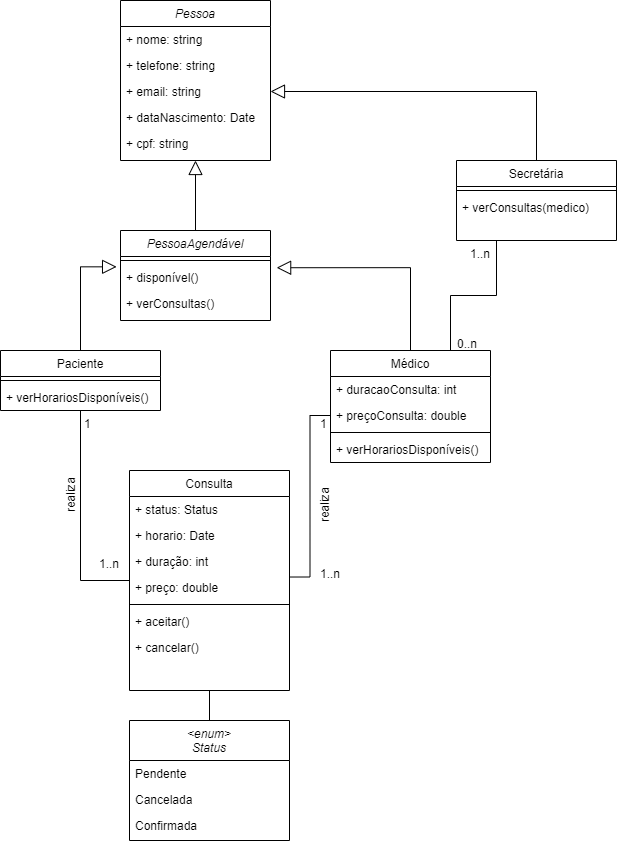
This is dominio.drawio.png from enzomazocorodrigues/projeto-ds2, a draw.io export, as it was before one commit. Source tidied: cells renumbered, new cells last; positions are measured from the earlier drawing's top-left corner, leaving out a move shared by most shapes.
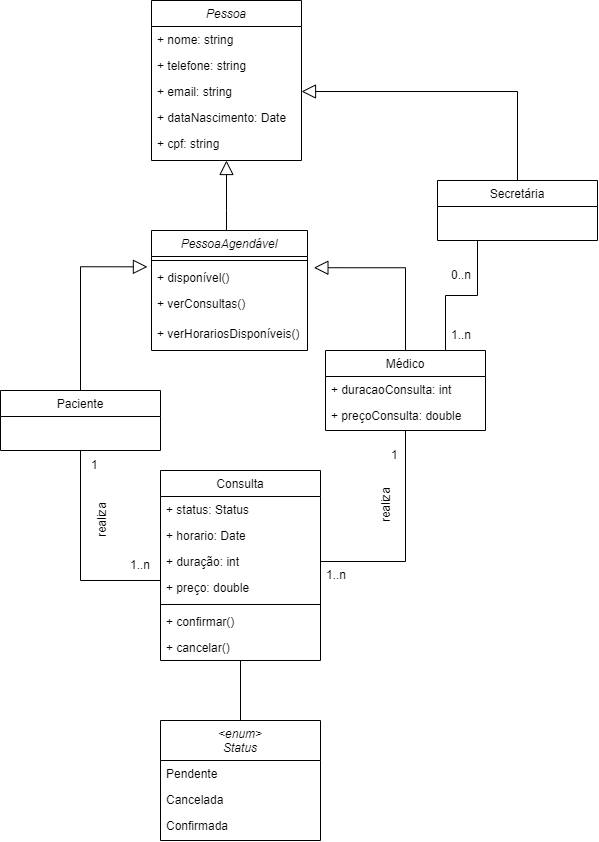
The same file after the commit.

What changed in the source:
```diff
@@ -21,25 +21,24 @@
       <mxGeometry y="130" width="150" height="26" as="geometry" />
     </mxCell>
     <mxCell id="8" style="edgeStyle=orthogonalEdgeStyle;rounded=0;jettySize=auto;html=1;exitX=0.5;exitY=1;exitDx=0;exitDy=0;entryX=0;entryY=0.5;entryDx=0;entryDy=0;endArrow=none;endFill=0;" parent="1" edge="1" source="10" target="19">
-      <mxGeometry relative="1" as="geometry" />
+      <mxGeometry relative="1" as="geometry">
+        <Array as="points">
+          <mxPoint x="49" y="580" />
+          <mxPoint x="129" y="580" />
+        </Array>
+      </mxGeometry>
     </mxCell>
     <mxCell id="9" style="edgeStyle=orthogonalEdgeStyle;rounded=0;jettySize=auto;html=1;entryX=-0.026;entryY=0.09;entryDx=0;entryDy=0;entryPerimeter=0;endArrow=block;endFill=0;endSize=12;" parent="1" edge="1" source="10" target="44">
       <mxGeometry relative="1" as="geometry" />
     </mxCell>
     <mxCell id="10" value="Paciente" style="swimlane;fontStyle=0;align=center;verticalAlign=top;horizontal=1;startSize=26;rounded=0;shadow=0;strokeWidth=1;" parent="1" vertex="1">
-      <mxGeometry y="350" width="160" height="60" as="geometry" />
+      <mxGeometry x="-31" y="390" width="160" height="60" as="geometry" />
     </mxCell>
-    <mxCell id="11" style="line;html=1;strokeWidth=1;align=left;verticalAlign=middle;spacingTop=-1;spacingLeft=3;spacingRight=3;labelPosition=right;" parent="10" vertex="1">
-      <mxGeometry y="26" width="160" height="8" as="geometry" />
-    </mxCell>
-    <mxCell id="12" value="+ verHorariosDisponíveis()" style="text;align=left;verticalAlign=top;spacingLeft=4;spacingRight=4;overflow=hidden;" parent="10" vertex="1">
-      <mxGeometry y="34" width="160" height="26" as="geometry" />
-    </mxCell>
     <mxCell id="13" style="edgeStyle=orthogonalEdgeStyle;rounded=0;jettySize=auto;html=1;entryX=1.041;entryY=0.124;entryDx=0;entryDy=0;entryPerimeter=0;endArrow=block;endFill=0;endSize=12;exitX=0.5;exitY=0;exitDx=0;exitDy=0;" parent="1" edge="1" source="14" target="44">
       <mxGeometry relative="1" as="geometry" />
     </mxCell>
     <mxCell id="14" value="Médico" style="swimlane;fontStyle=0;align=center;verticalAlign=top;horizontal=1;startSize=26;rounded=0;shadow=0;strokeWidth=1;" parent="1" vertex="1">
-      <mxGeometry x="330" y="350" width="160" height="112" as="geometry" />
+      <mxGeometry x="294" y="350" width="160" height="80" as="geometry" />
     </mxCell>
     <mxCell id="15" value="+ duracaoConsulta: int" style="text;align=left;verticalAlign=top;spacingLeft=4;spacingRight=4;overflow=hidden;" parent="14" vertex="1">
       <mxGeometry y="26" width="160" height="26" as="geometry" />
@@ -47,14 +46,8 @@
     <mxCell id="16" value="+ preçoConsulta: double" style="text;align=left;verticalAlign=top;spacingLeft=4;spacingRight=4;overflow=hidden;points=[[0,0.5],[1,0.5]];portConstraint=eastwest;" parent="14" vertex="1">
       <mxGeometry y="52" width="160" height="26" as="geometry" />
     </mxCell>
-    <mxCell id="17" style="line;html=1;strokeWidth=1;align=left;verticalAlign=middle;spacingTop=-1;spacingLeft=3;spacingRight=3;labelPosition=right;" parent="14" vertex="1">
-      <mxGeometry y="78" width="160" height="8" as="geometry" />
-    </mxCell>
-    <mxCell id="18" value="+ verHorariosDisponíveis()" style="text;align=left;verticalAlign=top;spacingLeft=4;spacingRight=4;overflow=hidden;" parent="14" vertex="1">
-      <mxGeometry y="86" width="160" height="26" as="geometry" />
-    </mxCell>
     <mxCell id="19" value="Consulta&#10;" style="swimlane;fontStyle=0;align=center;verticalAlign=top;horizontal=1;startSize=26;rounded=0;shadow=0;strokeWidth=1;" parent="1" vertex="1">
-      <mxGeometry x="129" y="470" width="160" height="220" as="geometry" />
+      <mxGeometry x="129" y="470" width="160" height="190" as="geometry" />
     </mxCell>
     <mxCell id="20" value="+ status: Status" style="text;align=left;verticalAlign=top;spacingLeft=4;spacingRight=4;overflow=hidden;rounded=0;shadow=0;html=0;" parent="19" vertex="1">
       <mxGeometry y="26" width="160" height="26" as="geometry" />
@@ -71,7 +64,7 @@
     <mxCell id="24" style="line;html=1;strokeWidth=1;align=left;verticalAlign=middle;spacingTop=-1;spacingLeft=3;spacingRight=3;labelPosition=right;" parent="19" vertex="1">
       <mxGeometry y="130" width="160" height="8" as="geometry" />
     </mxCell>
-    <mxCell id="25" value="+ aceitar()" style="text;align=left;verticalAlign=top;spacingLeft=4;spacingRight=4;overflow=hidden;rounded=0;shadow=0;html=0;" parent="19" vertex="1">
+    <mxCell id="25" value="+ confirmar()" style="text;align=left;verticalAlign=top;spacingLeft=4;spacingRight=4;overflow=hidden;rounded=0;shadow=0;html=0;" parent="19" vertex="1">
       <mxGeometry y="138" width="160" height="26" as="geometry" />
     </mxCell>
     <mxCell id="26" value="+ cancelar()" style="text;align=left;verticalAlign=top;spacingLeft=4;spacingRight=4;overflow=hidden;rounded=0;shadow=0;html=0;" parent="19" vertex="1">
@@ -103,68 +96,70 @@
       </mxGeometry>
     </mxCell>
     <mxCell id="33" value="1" style="align=left;verticalAlign=bottom;labelBackgroundColor=none;fontSize=12;" parent="1" vertex="1">
-      <mxGeometry x="340" y="390" as="geometry">
+      <mxGeometry x="316" y="430" as="geometry">
         <mxPoint x="-258" y="41" as="offset" />
       </mxGeometry>
     </mxCell>
     <mxCell id="34" value="1..n" style="align=left;verticalAlign=bottom;labelBackgroundColor=none;fontSize=12;" parent="1" vertex="1">
-      <mxGeometry x="576" y="540" as="geometry">
+      <mxGeometry x="551" y="540" as="geometry">
         <mxPoint x="-258" y="41" as="offset" />
       </mxGeometry>
     </mxCell>
     <mxCell id="35" value="1" style="align=left;verticalAlign=bottom;labelBackgroundColor=none;fontSize=12;" parent="1" vertex="1">
-      <mxGeometry x="576" y="390" as="geometry">
+      <mxGeometry x="616" y="420" as="geometry">
         <mxPoint x="-258" y="41" as="offset" />
       </mxGeometry>
     </mxCell>
     <mxCell id="36" style="edgeStyle=orthogonalEdgeStyle;rounded=0;jettySize=auto;html=1;entryX=1;entryY=0.5;entryDx=0;entryDy=0;startArrow=none;startFill=0;endArrow=block;endFill=0;endSize=12;" parent="1" edge="1" source="38" target="5">
       <mxGeometry relative="1" as="geometry" />
     </mxCell>
-    <mxCell id="37" style="edgeStyle=orthogonalEdgeStyle;rounded=0;jettySize=auto;html=1;exitX=0.25;exitY=1;exitDx=0;exitDy=0;entryX=0.75;entryY=0;entryDx=0;entryDy=0;endArrow=none;endFill=0;endSize=12;" parent="1" edge="1" source="38" target="14">
+    <mxCell id="37" style="edgeStyle=orthogonalEdgeStyle;rounded=0;jettySize=auto;html=1;exitX=0.25;exitY=1;exitDx=0;exitDy=0;entryX=0.75;entryY=0;entryDx=0;entryDy=0;endArrow=none;endFill=0;" parent="1" edge="1" source="38" target="14">
       <mxGeometry relative="1" as="geometry" />
     </mxCell>
     <mxCell id="38" value="Secretária" style="swimlane;fontStyle=0;align=center;verticalAlign=top;horizontal=1;startSize=26;rounded=0;shadow=0;strokeWidth=1;" parent="1" vertex="1">
-      <mxGeometry x="456" y="160" width="160" height="80" as="geometry" />
+      <mxGeometry x="406" y="180" width="160" height="60" as="geometry" />
     </mxCell>
-    <mxCell id="39" style="line;html=1;strokeWidth=1;align=left;verticalAlign=middle;spacingTop=-1;spacingLeft=3;spacingRight=3;labelPosition=right;" parent="38" vertex="1">
-      <mxGeometry y="26" width="160" height="8" as="geometry" />
-    </mxCell>
-    <mxCell id="40" value="+ verConsultas(medico)" style="text;align=left;verticalAlign=top;spacingLeft=4;spacingRight=4;overflow=hidden;rounded=0;shadow=0;html=0;" parent="38" vertex="1">
-      <mxGeometry y="34" width="160" height="26" as="geometry" />
-    </mxCell>
     <mxCell id="41" style="edgeStyle=orthogonalEdgeStyle;rounded=0;jettySize=auto;html=1;startArrow=none;startFill=0;endArrow=block;endFill=0;endSize=12;entryX=0.5;entryY=1;entryDx=0;entryDy=0;" parent="1" edge="1" source="42" target="2">
-      <mxGeometry relative="1" as="geometry" />
+      <mxGeometry relative="1" as="geometry">
+        <Array as="points">
+          <mxPoint x="195" y="210" />
+          <mxPoint x="195" y="210" />
+        </Array>
+      </mxGeometry>
     </mxCell>
     <mxCell id="42" value="PessoaAgendável" style="swimlane;fontStyle=2;align=center;verticalAlign=top;horizontal=1;startSize=26;rounded=0;shadow=0;strokeWidth=1;" parent="1" vertex="1">
-      <mxGeometry x="120" y="230" width="150" height="90" as="geometry" />
+      <mxGeometry x="120" y="230" width="156" height="120" as="geometry" />
     </mxCell>
     <mxCell id="43" style="line;html=1;strokeWidth=1;align=left;verticalAlign=middle;spacingTop=-1;spacingLeft=3;spacingRight=3;labelPosition=right;" parent="42" vertex="1">
-      <mxGeometry y="26" width="150" height="8" as="geometry" />
+      <mxGeometry y="26" width="156" height="8" as="geometry" />
     </mxCell>
     <mxCell id="44" value="+ disponível()" style="text;align=left;verticalAlign=top;spacingLeft=4;spacingRight=4;overflow=hidden;points=[[0,0.5],[1,0.5]];portConstraint=eastwest;rounded=0;shadow=0;html=0;" parent="42" vertex="1">
-      <mxGeometry y="34" width="150" height="26" as="geometry" />
+      <mxGeometry y="34" width="156" height="26" as="geometry" />
     </mxCell>
     <mxCell id="45" value="+ verConsultas()" style="text;align=left;verticalAlign=top;spacingLeft=4;spacingRight=4;overflow=hidden;rounded=0;shadow=0;html=0;" parent="42" vertex="1">
-      <mxGeometry y="60" width="150" height="26" as="geometry" />
+      <mxGeometry y="60" width="156" height="30" as="geometry" />
     </mxCell>
+    <mxCell id="18" value="+ verHorariosDisponíveis()" style="text;align=left;verticalAlign=top;spacingLeft=4;spacingRight=4;overflow=hidden;" parent="42" vertex="1">
+      <mxGeometry y="90" width="156" height="26" as="geometry" />
+    </mxCell>
     <mxCell id="46" value="1..n" style="align=left;verticalAlign=bottom;labelBackgroundColor=none;fontSize=12;" parent="1" vertex="1">
-      <mxGeometry x="726" y="220" as="geometry">
+      <mxGeometry x="676" y="300" as="geometry">
         <mxPoint x="-258" y="41" as="offset" />
       </mxGeometry>
     </mxCell>
     <mxCell id="47" value="0..n" style="align=left;verticalAlign=bottom;labelBackgroundColor=none;fontSize=12;" parent="1" vertex="1">
-      <mxGeometry x="713" y="310" as="geometry">
+      <mxGeometry x="676" y="240" as="geometry">
         <mxPoint x="-258" y="41" as="offset" />
       </mxGeometry>
     </mxCell>
     <mxCell id="48" value="realiza" style="text;html=1;align=center;verticalAlign=middle;strokeColor=none;fillColor=none;rotation=-90;" parent="1" vertex="1">
-      <mxGeometry x="46" y="485" width="50" height="20" as="geometry" />
+      <mxGeometry x="46" y="510" width="50" height="20" as="geometry" />
     </mxCell>
     <mxCell id="49" value="realiza" style="text;html=1;align=center;verticalAlign=middle;strokeColor=none;fillColor=none;rotation=-90;" parent="1" vertex="1">
-      <mxGeometry x="300" y="495" width="50" height="20" as="geometry" />
+      <mxGeometry x="330" y="495" width="50" height="20" as="geometry" />
     </mxCell>
-    <mxCell id="50" style="edgeStyle=orthogonalEdgeStyle;rounded=0;jettySize=auto;html=1;exitX=0;exitY=0.5;exitDx=0;exitDy=0;entryX=1.003;entryY=0.097;entryDx=0;entryDy=0;entryPerimeter=0;endArrow=none;endFill=0;endSize=12;" parent="1" edge="1" source="16" target="23">
-      <mxGeometry relative="1" as="geometry" />
-    </mxCell>
+    <mxCell id="51" style="edgeStyle=orthogonalEdgeStyle;rounded=0;jettySize=auto;html=1;exitX=1;exitY=0.5;exitDx=0;exitDy=0;entryX=0.5;entryY=1;entryDx=0;entryDy=0;endArrow=none;endFill=0;" parent="1" edge="1" source="22" target="14">
+      <mxGeometry relative="1" as="geometry" />
+    </mxCell>
   </root>
 </mxGraphModel>
```
